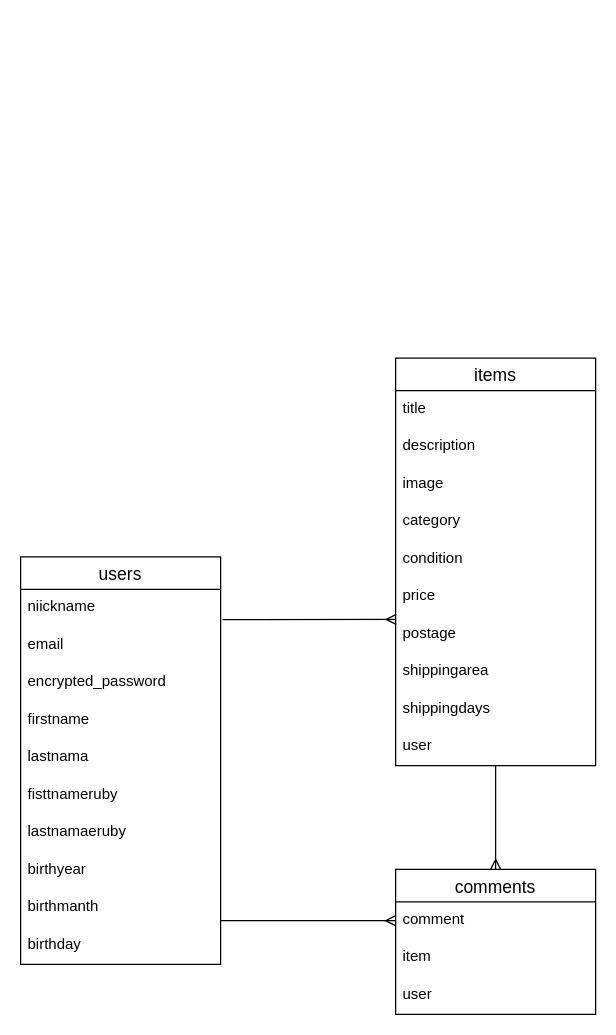
This is er.dio from yco00/furima-38645, a draw.io file, before an edit. Source tidied: cells renumbered, new cells numbered last; positions are measured from the earlier drawing's top-left corner, leaving out a move shared by most shapes. Both pictures are drawn from the tidied source at 125%, with x=0, y=0 at pixel (20, 358).
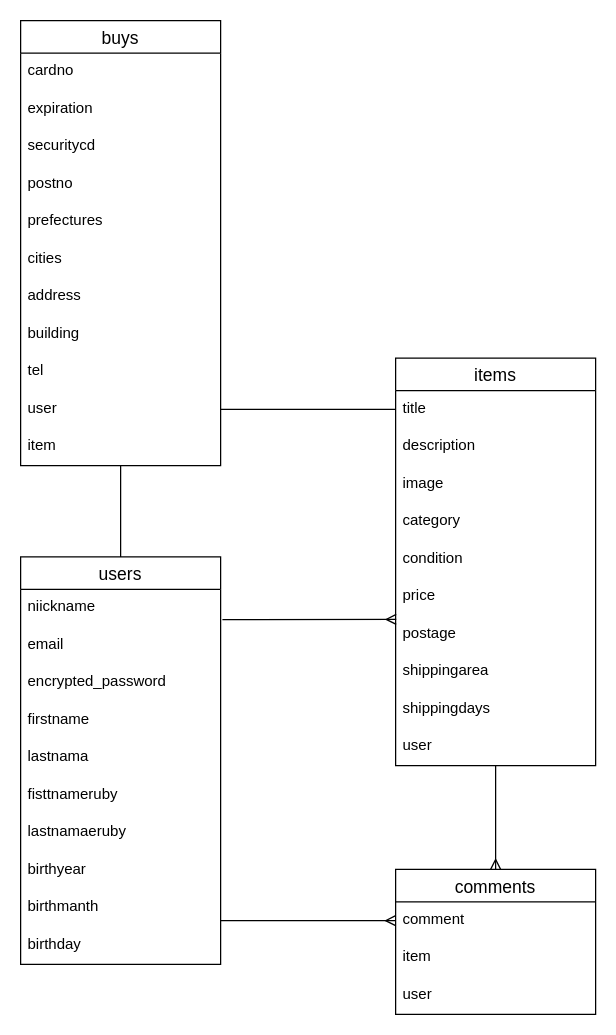
The same page after the edit.

Commit message (it also covers changes not shown here):
ER図、テーブル設計修正

Unchanged cells that the change refers to:
```xml
<mxCell id="2" value="users" style="swimlane;fontStyle=0;horizontal=1;startSize=26;align=center;fontSize=14;" parent="1" vertex="1">
  <mxGeometry y="159" width="160" height="326" as="geometry" />
</mxCell>
<mxCell id="18" value="title" style="text;strokeColor=none;fillColor=none;spacingLeft=4;spacingRight=4;overflow=hidden;points=[[0,0.5],[1,0.5]];portConstraint=eastwest;fontSize=12;" parent="17" vertex="1">
  <mxGeometry y="26" width="160" height="30" as="geometry" />
</mxCell>
```

Change to the diagram source:
```diff
@@
+    <mxCell id="31" style="edgeStyle=none;html=1;exitX=0.5;exitY=0;exitDx=0;exitDy=0;strokeColor=default;startArrow=none;startFill=0;endArrow=none;endFill=0;entryX=0.5;entryY=1.009;entryDx=0;entryDy=0;entryPerimeter=0;" parent="1" edge="1" source="2" target="43">
+      <mxGeometry relative="1" as="geometry" />
+    </mxCell>
@@
+    <mxCell id="32" value="buys" style="swimlane;fontStyle=0;horizontal=1;startSize=26;align=center;fontSize=14;" parent="1" vertex="1">
+      <mxGeometry y="-270" width="160" height="356" as="geometry" />
+    </mxCell>
+    <mxCell id="33" value="cardno" style="text;strokeColor=none;fillColor=none;spacingLeft=4;spacingRight=4;overflow=hidden;fontSize=12;" parent="32" vertex="1">
+      <mxGeometry y="26" width="160" height="30" as="geometry" />
+    </mxCell>
+    <mxCell id="34" value="expiration" style="text;strokeColor=none;fillColor=none;spacingLeft=4;spacingRight=4;overflow=hidden;fontSize=12;" parent="32" vertex="1">
+      <mxGeometry y="56" width="160" height="30" as="geometry" />
+    </mxCell>
+    <mxCell id="35" value="securitycd" style="text;strokeColor=none;fillColor=none;spacingLeft=4;spacingRight=4;overflow=hidden;fontSize=12;" parent="32" vertex="1">
+      <mxGeometry y="86" width="160" height="30" as="geometry" />
+    </mxCell>
+    <mxCell id="36" value="postno" style="text;strokeColor=none;fillColor=none;spacingLeft=4;spacingRight=4;overflow=hidden;fontSize=12;" parent="32" vertex="1">
+      <mxGeometry y="116" width="160" height="30" as="geometry" />
+    </mxCell>
+    <mxCell id="37" value="prefectures" style="text;strokeColor=none;fillColor=none;spacingLeft=4;spacingRight=4;overflow=hidden;fontSize=12;" parent="32" vertex="1">
+      <mxGeometry y="146" width="160" height="30" as="geometry" />
+    </mxCell>
+    <mxCell id="38" value="cities" style="text;strokeColor=none;fillColor=none;spacingLeft=4;spacingRight=4;overflow=hidden;fontSize=12;" parent="32" vertex="1">
+      <mxGeometry y="176" width="160" height="30" as="geometry" />
+    </mxCell>
+    <mxCell id="39" value="address" style="text;strokeColor=none;fillColor=none;spacingLeft=4;spacingRight=4;overflow=hidden;fontSize=12;" parent="32" vertex="1">
+      <mxGeometry y="206" width="160" height="30" as="geometry" />
+    </mxCell>
+    <mxCell id="40" value="building" style="text;strokeColor=none;fillColor=none;spacingLeft=4;spacingRight=4;overflow=hidden;fontSize=12;" parent="32" vertex="1">
+      <mxGeometry y="236" width="160" height="30" as="geometry" />
+    </mxCell>
+    <mxCell id="41" value="tel" style="text;strokeColor=none;fillColor=none;spacingLeft=4;spacingRight=4;overflow=hidden;fontSize=12;" parent="32" vertex="1">
+      <mxGeometry y="266" width="160" height="30" as="geometry" />
+    </mxCell>
+    <mxCell id="42" value="user" style="text;strokeColor=none;fillColor=none;spacingLeft=4;spacingRight=4;overflow=hidden;points=[[0,0.5],[1,0.5]];portConstraint=eastwest;fontSize=12;" parent="32" vertex="1">
+      <mxGeometry y="296" width="160" height="30" as="geometry" />
+    </mxCell>
+    <mxCell id="43" value="item" style="text;strokeColor=none;fillColor=none;spacingLeft=4;spacingRight=4;overflow=hidden;points=[[0,0.5],[1,0.5]];portConstraint=eastwest;fontSize=12;" parent="32" vertex="1">
+      <mxGeometry y="326" width="160" height="30" as="geometry" />
+    </mxCell>
+    <mxCell id="44" style="edgeStyle=none;html=1;exitX=1;exitY=0.5;exitDx=0;exitDy=0;entryX=0;entryY=0.5;entryDx=0;entryDy=0;strokeColor=default;startArrow=none;startFill=0;endArrow=none;endFill=0;" parent="1" edge="1" source="42" target="18">
+      <mxGeometry relative="1" as="geometry" />
+    </mxCell>
```
